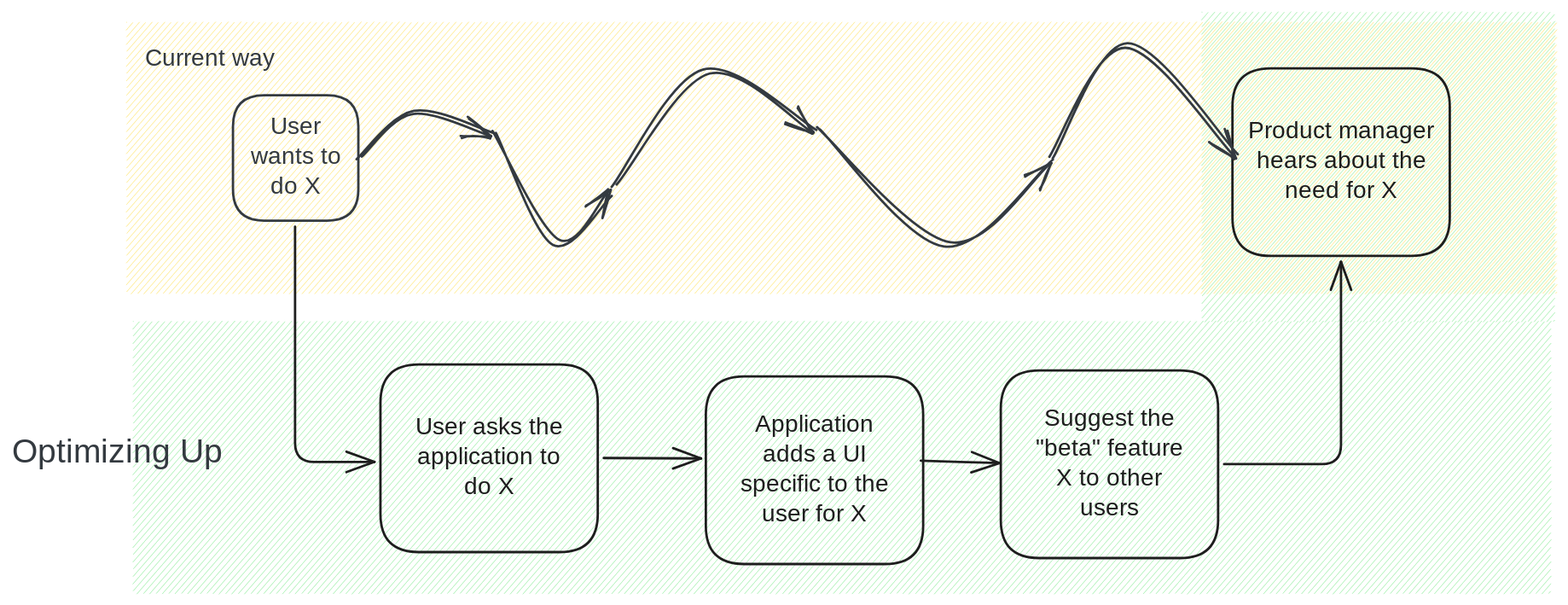
Earlier version of the Excalidraw export public/images/optimization-all-the-way-up/initial-diagram.excalidraw.svg (laabratory/laabratory.github.io). Source tidied: one line per element, renumbered; positions are measured from the earlier drawing's top-left corner, leaving out a move shared by most shapes.
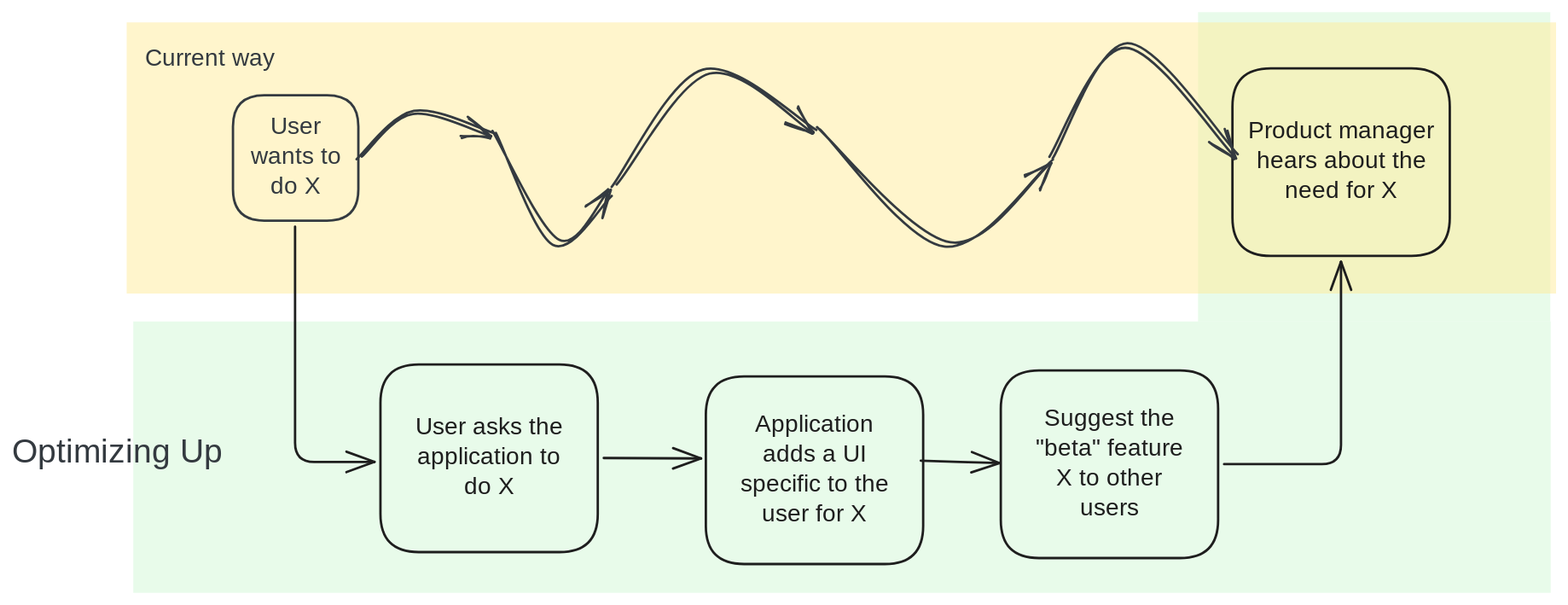
The same file after the commit.

Change to the diagram source:
```diff
@@ -1,6 +1,6 @@
-{"id": 0, "type": "rectangle", "strokeColor": "transparent", "backgroundColor": "#b2f2bb", "fillStyle": "hachure", "strokeWidth": 1, "strokeStyle": "dotted", "roughness": 0, "x": 102, "y": 259, "width": 1187, "height": 227}
+{"id": 0, "type": "rectangle", "strokeColor": "transparent", "backgroundColor": "#b2f2bb", "fillStyle": "solid", "strokeWidth": 1, "strokeStyle": "dotted", "roughness": 0, "opacity": 30, "x": 102, "y": 259, "width": 1187, "height": 227}
-{"id": 1, "type": "rectangle", "strokeColor": "transparent", "backgroundColor": "#b2f2bb", "fillStyle": "hachure", "strokeWidth": 1, "strokeStyle": "dotted", "roughness": 0, "x": 997, "y": 0, "width": 295, "height": 259}
+{"id": 1, "type": "rectangle", "strokeColor": "transparent", "backgroundColor": "#b2f2bb", "fillStyle": "solid", "strokeWidth": 1, "strokeStyle": "dotted", "roughness": 0, "opacity": 30, "x": 993, "y": 0, "width": 295, "height": 259}
-{"id": 2, "type": "rectangle", "strokeColor": "transparent", "backgroundColor": "#ffec99", "fillStyle": "hachure", "strokeWidth": 1, "strokeStyle": "dotted", "roughness": 0, "x": 96, "y": 8, "width": 1197, "height": 227}
+{"id": 2, "type": "rectangle", "strokeColor": "transparent", "backgroundColor": "#ffec99", "fillStyle": "solid", "strokeWidth": 1, "strokeStyle": "dotted", "roughness": 0, "opacity": 50, "x": 96, "y": 8, "width": 1197, "height": 227}
 {"id": 3, "type": "rectangle", "strokeColor": "#343a40", "strokeWidth": 2, "roughness": 0, "round": true, "x": 185, "y": 70, "width": 105, "height": 105}
 {"id": 4, "type": "text", "text": "User\nwants to\ndo X", "strokeColor": "#343a40", "strokeWidth": 2, "roughness": 1, "fontSize": 20, "fontFamily": 8, "textAlign": "center", "verticalAlign": "middle", "inside": 3, "x": 194, "y": 84, "width": 88, "height": 75}
 {"id": 5, "type": "rectangle", "strokeColor": "#1e1e1e", "strokeWidth": 2, "roughness": 0, "round": true, "x": 309, "y": 295, "width": 182, "height": 157}
```
